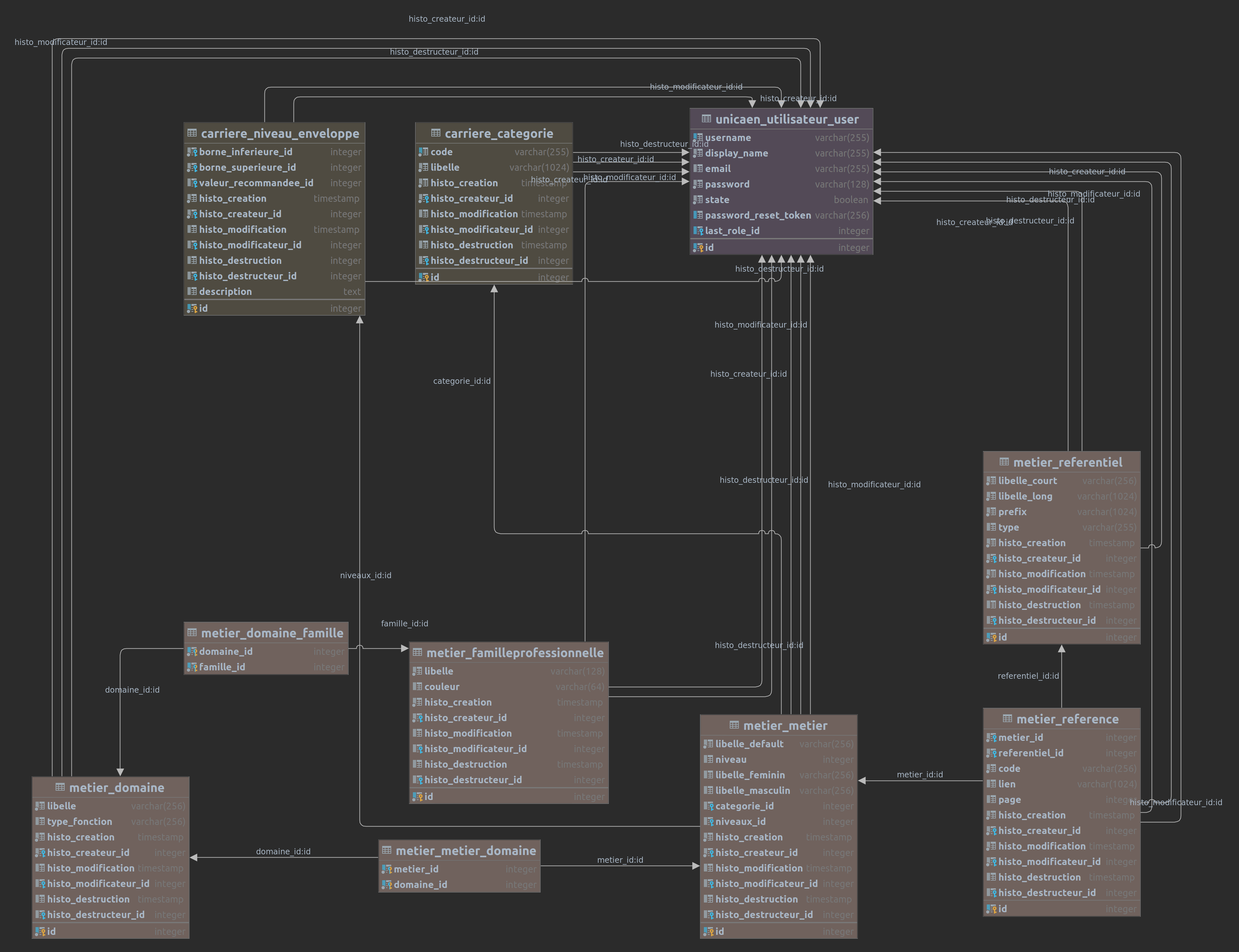
The Graphviz diagram documentation/SQL/003_METIER.png in EsupPortail/esup-emc2, before a commit. Its source is kept beside it as documentation/SQL/003_METIER.dot.
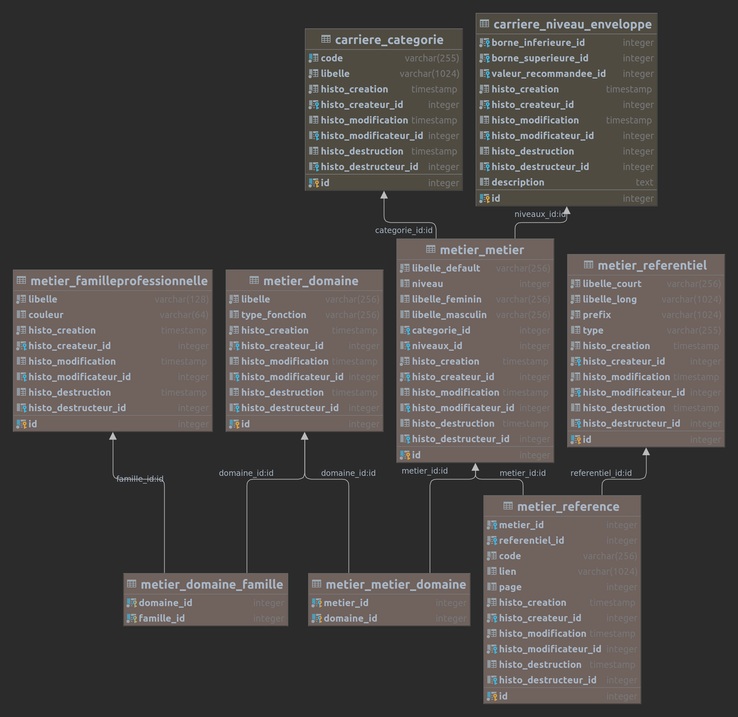
After the commit.

Change to the diagram source:
```diff
@@ -15,36 +15,14 @@
 metier_metier_domaine         [shape = record, label = "{ metier_metier_domaine |  metier_id : integer\l  domaine_id : integer\l }"];
 metier_reference              [shape = record, label = "{ metier_reference |  metier_id : integer\l  referentiel_id : integer\l  code : varchar(256)\l  lien : varchar(1024)\l  page : integer\l  histo_creation : timestamp\l  histo_createur_id : integer\l  histo_modification : timestamp\l  histo_modificateur_id : integer\l  histo_destruction : timestamp\l  histo_destructeur_id : integer\l| id : integer\l }"];
 metier_referentiel            [shape = record, label = "{ metier_referentiel |  libelle_court : varchar(256)\l  libelle_long : varchar(1024)\l  prefix : varchar(1024)\l  type : varchar(255)\l  histo_creation : timestamp\l  histo_createur_id : integer\l  histo_modification : timestamp\l  histo_modificateur_id : integer\l  histo_destruction : timestamp\l  histo_destructeur_id : integer\l| id : integer\l }"];
-unicaen_utilisateur_user      [shape = record, label = "{ unicaen_utilisateur_user |  username : varchar(255)\l  display_name : varchar(255)\l  email : varchar(255)\l  password : varchar(128)\l  state : boolean\l  password_reset_token : varchar(256)\l  last_role_id : integer\l| id : integer\l }"];
 
-carriere_categorie            -> unicaen_utilisateur_user      [color = "#595959", style = solid , arrowtail = none    , arrowhead = normal  , taillabel = "", label = "histo_modificateur_id:id", headlabel = ""];
-carriere_categorie            -> unicaen_utilisateur_user      [color = "#595959", style = solid , arrowtail = none    , arrowhead = normal  , taillabel = "", label = "histo_createur_id:id", headlabel = ""];
-carriere_categorie            -> unicaen_utilisateur_user      [color = "#595959", style = solid , arrowtail = none    , arrowhead = normal  , taillabel = "", label = "histo_destructeur_id:id", headlabel = ""];
-carriere_niveau_enveloppe     -> unicaen_utilisateur_user      [color = "#595959", style = solid , arrowtail = none    , arrowhead = normal  , taillabel = "", label = "histo_createur_id:id", headlabel = ""];
-carriere_niveau_enveloppe     -> unicaen_utilisateur_user      [color = "#595959", style = solid , arrowtail = none    , arrowhead = normal  , taillabel = "", label = "histo_modificateur_id:id", headlabel = ""];
-carriere_niveau_enveloppe     -> unicaen_utilisateur_user      [color = "#595959", style = solid , arrowtail = none    , arrowhead = normal  , taillabel = "", label = "histo_destructeur_id:id", headlabel = ""];
-metier_domaine                -> unicaen_utilisateur_user      [color = "#595959", style = solid , arrowtail = none    , arrowhead = normal  , taillabel = "", label = "histo_modificateur_id:id", headlabel = ""];
-metier_domaine                -> unicaen_utilisateur_user      [color = "#595959", style = solid , arrowtail = none    , arrowhead = normal  , taillabel = "", label = "histo_destructeur_id:id", headlabel = ""];
-metier_domaine                -> unicaen_utilisateur_user      [color = "#595959", style = solid , arrowtail = none    , arrowhead = normal  , taillabel = "", label = "histo_createur_id:id", headlabel = ""];
 metier_domaine_famille        -> metier_domaine                [color = "#595959", style = solid , arrowtail = none    , arrowhead = normal  , taillabel = "", label = "domaine_id:id", headlabel = ""];
 metier_domaine_famille        -> metier_familleprofessionnelle [color = "#595959", style = solid , arrowtail = none    , arrowhead = normal  , taillabel = "", label = "famille_id:id", headlabel = ""];
-metier_familleprofessionnelle -> unicaen_utilisateur_user      [color = "#595959", style = solid , arrowtail = none    , arrowhead = normal  , taillabel = "", label = "histo_createur_id:id", headlabel = ""];
-metier_familleprofessionnelle -> unicaen_utilisateur_user      [color = "#595959", style = solid , arrowtail = none    , arrowhead = normal  , taillabel = "", label = "histo_modificateur_id:id", headlabel = ""];
-metier_familleprofessionnelle -> unicaen_utilisateur_user      [color = "#595959", style = solid , arrowtail = none    , arrowhead = normal  , taillabel = "", label = "histo_destructeur_id:id", headlabel = ""];
 metier_metier                 -> carriere_categorie            [color = "#595959", style = solid , arrowtail = none    , arrowhead = normal  , taillabel = "", label = "categorie_id:id", headlabel = ""];
 metier_metier                 -> carriere_niveau_enveloppe     [color = "#595959", style = solid , arrowtail = none    , arrowhead = normal  , taillabel = "", label = "niveaux_id:id", headlabel = ""];
-metier_metier                 -> unicaen_utilisateur_user      [color = "#595959", style = solid , arrowtail = none    , arrowhead = normal  , taillabel = "", label = "histo_createur_id:id", headlabel = ""];
-metier_metier                 -> unicaen_utilisateur_user      [color = "#595959", style = solid , arrowtail = none    , arrowhead = normal  , taillabel = "", label = "histo_destructeur_id:id", headlabel = ""];
-metier_metier                 -> unicaen_utilisateur_user      [color = "#595959", style = solid , arrowtail = none    , arrowhead = normal  , taillabel = "", label = "histo_modificateur_id:id", headlabel = ""];
 metier_metier_domaine         -> metier_domaine                [color = "#595959", style = solid , arrowtail = none    , arrowhead = normal  , taillabel = "", label = "domaine_id:id", headlabel = ""];
 metier_metier_domaine         -> metier_metier                 [color = "#595959", style = solid , arrowtail = none    , arrowhead = normal  , taillabel = "", label = "metier_id:id", headlabel = ""];
 metier_reference              -> metier_metier                 [color = "#595959", style = solid , arrowtail = none    , arrowhead = normal  , taillabel = "", label = "metier_id:id", headlabel = ""];
 metier_reference              -> metier_referentiel            [color = "#595959", style = solid , arrowtail = none    , arrowhead = normal  , taillabel = "", label = "referentiel_id:id", headlabel = ""];
-metier_reference              -> unicaen_utilisateur_user      [color = "#595959", style = solid , arrowtail = none    , arrowhead = normal  , taillabel = "", label = "histo_modificateur_id:id", headlabel = ""];
-metier_reference              -> unicaen_utilisateur_user      [color = "#595959", style = solid , arrowtail = none    , arrowhead = normal  , taillabel = "", label = "histo_destructeur_id:id", headlabel = ""];
-metier_reference              -> unicaen_utilisateur_user      [color = "#595959", style = solid , arrowtail = none    , arrowhead = normal  , taillabel = "", label = "histo_createur_id:id", headlabel = ""];
-metier_referentiel            -> unicaen_utilisateur_user      [color = "#595959", style = solid , arrowtail = none    , arrowhead = normal  , taillabel = "", label = "histo_modificateur_id:id", headlabel = ""];
-metier_referentiel            -> unicaen_utilisateur_user      [color = "#595959", style = solid , arrowtail = none    , arrowhead = normal  , taillabel = "", label = "histo_destructeur_id:id", headlabel = ""];
-metier_referentiel            -> unicaen_utilisateur_user      [color = "#595959", style = solid , arrowtail = none    , arrowhead = normal  , taillabel = "", label = "histo_createur_id:id", headlabel = ""];
 
 }
```
